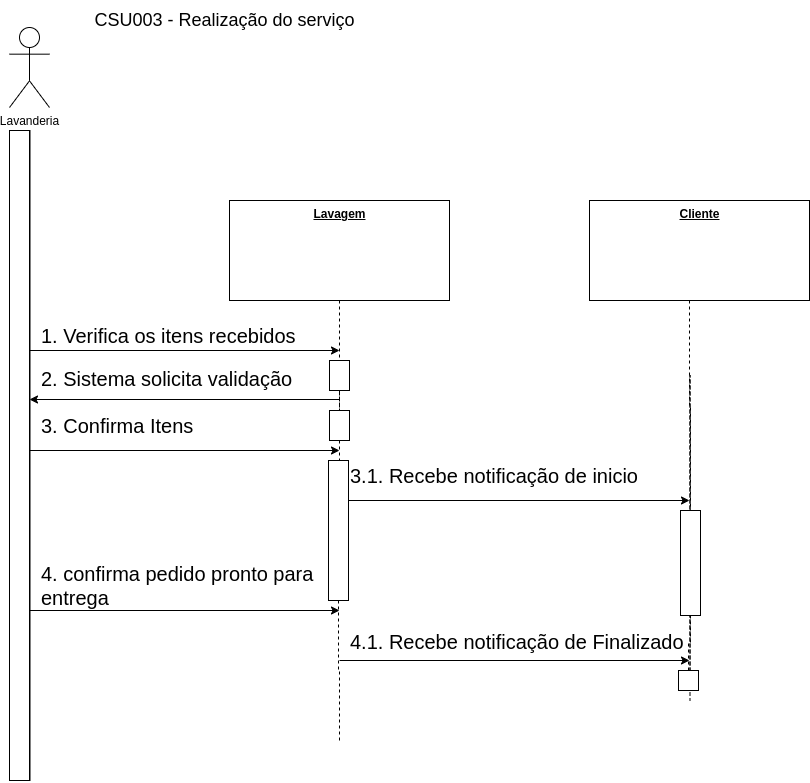
This is resources/sequence_service.png from MuriloGomesMunhoz/A-SClean, a draw.io export, as it was before one commit. Source tidied: cells renumbered, new cells last; positions are measured from the earlier drawing's top-left corner, leaving out a move shared by most shapes. Source of this version:
```xml
<mxGraphModel>
  <root>
    <mxCell id="0" />
    <mxCell id="1" parent="0" />
    <mxCell id="2" style="endArrow=none;html=1;strokeWidth=2;rounded=0;fontSize=30;" parent="1" edge="1">
      <mxGeometry relative="1" as="geometry">
        <mxPoint x="20" y="130" as="sourcePoint" />
        <mxPoint x="20" y="780" as="targetPoint" />
      </mxGeometry>
    </mxCell>
    <mxCell id="3" style="endArrow=classic;html=1;rounded=0;fontSize=30;" parent="1" edge="1">
      <mxGeometry relative="1" as="geometry">
        <mxPoint x="20" y="350" as="sourcePoint" />
        <mxPoint x="330" y="350" as="targetPoint" />
      </mxGeometry>
    </mxCell>
    <mxCell id="4" style="edgeStyle=orthogonalEdgeStyle;rounded=0;jettySize=auto;html=1;endArrow=none;endFill=0;dashed=1;startArrow=none;" parent="1" edge="1" source="28">
      <mxGeometry relative="1" as="geometry">
        <mxPoint x="330" y="740" as="targetPoint" />
      </mxGeometry>
    </mxCell>
    <mxCell id="5" value="&lt;b&gt;&lt;u&gt;Lavagem&lt;/u&gt;&lt;/b&gt;" style="html=1;verticalAlign=top;" parent="1" vertex="1">
      <mxGeometry x="220" y="200" width="220" height="100" as="geometry" />
    </mxCell>
    <mxCell id="6" value="&lt;b&gt;&lt;u&gt;Cliente&lt;/u&gt;&lt;/b&gt;" style="html=1;verticalAlign=top;" parent="1" vertex="1">
      <mxGeometry x="580" y="200" width="220" height="100" as="geometry" />
    </mxCell>
    <mxCell id="7" style="edgeStyle=orthogonalEdgeStyle;rounded=0;jettySize=auto;html=1;endArrow=none;endFill=0;dashed=1;startArrow=none;" parent="1" edge="1" source="30">
      <mxGeometry relative="1" as="geometry">
        <mxPoint x="680.5" y="700" as="targetPoint" />
        <Array as="points">
          <mxPoint x="680.5" y="375" />
          <mxPoint x="680.5" y="375" />
        </Array>
      </mxGeometry>
    </mxCell>
    <mxCell id="8" value="CSU003 - Realização do serviço" style="text;html=1;align=center;verticalAlign=middle;strokeColor=none;fillColor=none;fontSize=18;" parent="1" vertex="1">
      <mxGeometry x="75" width="280" height="40" as="geometry" />
    </mxCell>
    <mxCell id="9" value="1. Verifica os itens recebidos" style="text;html=1;strokeColor=none;fillColor=none;align=left;verticalAlign=middle;whiteSpace=wrap;rounded=0;fontSize=20;" parent="1" vertex="1">
      <mxGeometry x="30" y="320" width="290" height="30" as="geometry" />
    </mxCell>
    <mxCell id="10" value="3.1. Recebe notificação de inicio" style="text;html=1;strokeColor=none;fillColor=none;align=left;verticalAlign=middle;whiteSpace=wrap;rounded=0;fontSize=20;" parent="1" vertex="1">
      <mxGeometry x="339" y="460" width="310" height="30" as="geometry" />
    </mxCell>
    <mxCell id="11" style="endArrow=classic;html=1;rounded=0;fontSize=30;" parent="1" edge="1">
      <mxGeometry relative="1" as="geometry">
        <mxPoint x="330" y="500" as="sourcePoint" />
        <mxPoint x="680" y="500" as="targetPoint" />
      </mxGeometry>
    </mxCell>
    <mxCell id="12" style="endArrow=classic;html=1;rounded=0;fontSize=30;" parent="1" edge="1">
      <mxGeometry relative="1" as="geometry">
        <mxPoint x="330" y="399" as="sourcePoint" />
        <mxPoint x="20" y="399" as="targetPoint" />
      </mxGeometry>
    </mxCell>
    <mxCell id="13" value="2. Sistema solicita validação" style="text;html=1;strokeColor=none;fillColor=none;align=left;verticalAlign=middle;whiteSpace=wrap;rounded=0;fontSize=20;" parent="1" vertex="1">
      <mxGeometry x="30" y="363" width="290" height="30" as="geometry" />
    </mxCell>
    <mxCell id="14" style="endArrow=classic;html=1;rounded=0;fontSize=30;" parent="1" edge="1">
      <mxGeometry relative="1" as="geometry">
        <mxPoint x="20" y="450" as="sourcePoint" />
        <mxPoint x="330" y="450" as="targetPoint" />
      </mxGeometry>
    </mxCell>
    <mxCell id="15" value="3. Confirma Itens" style="text;html=1;strokeColor=none;fillColor=none;align=left;verticalAlign=middle;whiteSpace=wrap;rounded=0;fontSize=20;" parent="1" vertex="1">
      <mxGeometry x="30" y="410" width="290" height="30" as="geometry" />
    </mxCell>
    <mxCell id="16" value="4.1. Recebe notificação de Finalizado" style="text;html=1;strokeColor=none;fillColor=none;align=left;verticalAlign=middle;whiteSpace=wrap;rounded=0;fontSize=20;" parent="1" vertex="1">
      <mxGeometry x="339" y="626" width="350" height="30" as="geometry" />
    </mxCell>
    <mxCell id="17" style="endArrow=classic;html=1;rounded=0;fontSize=30;" parent="1" edge="1">
      <mxGeometry relative="1" as="geometry">
        <mxPoint x="330" y="660" as="sourcePoint" />
        <mxPoint x="680" y="660" as="targetPoint" />
      </mxGeometry>
    </mxCell>
    <mxCell id="18" style="endArrow=classic;html=1;rounded=0;fontSize=30;" parent="1" edge="1">
      <mxGeometry relative="1" as="geometry">
        <mxPoint x="20" y="610" as="sourcePoint" />
        <mxPoint x="330" y="610" as="targetPoint" />
      </mxGeometry>
    </mxCell>
    <mxCell id="19" value="4. confirma pedido pronto para entrega" style="text;html=1;strokeColor=none;fillColor=none;align=left;verticalAlign=middle;whiteSpace=wrap;rounded=0;fontSize=20;" parent="1" vertex="1">
      <mxGeometry x="30" y="570" width="290" height="30" as="geometry" />
    </mxCell>
    <mxCell id="20" value="Lavanderia" style="shape=umlActor;verticalLabelPosition=bottom;verticalAlign=top;html=1;" parent="1" vertex="1">
      <mxGeometry y="27" width="40" height="80" as="geometry" />
    </mxCell>
    <mxCell id="21" style="rounded=0;whiteSpace=wrap;html=1;" parent="1" vertex="1">
      <mxGeometry y="130" width="20" height="650" as="geometry" />
    </mxCell>
    <mxCell id="22" style="rounded=0;whiteSpace=wrap;html=1;" parent="1" vertex="1">
      <mxGeometry x="671" y="510" width="20" height="105" as="geometry" />
    </mxCell>
    <mxCell id="23" style="edgeStyle=orthogonalEdgeStyle;rounded=0;jettySize=auto;html=1;endArrow=none;endFill=0;dashed=1;" parent="1" edge="1" target="22">
      <mxGeometry relative="1" as="geometry">
        <mxPoint x="680" y="300" as="sourcePoint" />
      </mxGeometry>
    </mxCell>
    <mxCell id="24" style="rounded=0;whiteSpace=wrap;html=1;" parent="1" vertex="1">
      <mxGeometry x="320" y="360" width="20" height="30" as="geometry" />
    </mxCell>
    <mxCell id="25" style="edgeStyle=orthogonalEdgeStyle;rounded=0;jettySize=auto;html=1;endArrow=none;endFill=0;dashed=1;" parent="1" edge="1" source="5" target="24">
      <mxGeometry relative="1" as="geometry" />
    </mxCell>
    <mxCell id="26" style="rounded=0;whiteSpace=wrap;html=1;" parent="1" vertex="1">
      <mxGeometry x="320" y="410" width="20" height="30" as="geometry" />
    </mxCell>
    <mxCell id="27" style="edgeStyle=orthogonalEdgeStyle;rounded=0;jettySize=auto;html=1;endArrow=none;endFill=0;dashed=1;startArrow=none;" parent="1" edge="1" source="24" target="26">
      <mxGeometry relative="1" as="geometry" />
    </mxCell>
    <mxCell id="28" style="rounded=0;whiteSpace=wrap;html=1;" parent="1" vertex="1">
      <mxGeometry x="319" y="460" width="20" height="140" as="geometry" />
    </mxCell>
    <mxCell id="29" style="edgeStyle=orthogonalEdgeStyle;rounded=0;jettySize=auto;html=1;endArrow=none;endFill=0;dashed=1;startArrow=none;" parent="1" edge="1" source="26" target="28">
      <mxGeometry relative="1" as="geometry" />
    </mxCell>
    <mxCell id="30" style="rounded=0;whiteSpace=wrap;html=1;" parent="1" vertex="1">
      <mxGeometry x="669" y="670" width="20" height="20" as="geometry" />
    </mxCell>
    <mxCell id="31" style="edgeStyle=orthogonalEdgeStyle;rounded=0;jettySize=auto;html=1;endArrow=none;endFill=0;dashed=1;startArrow=none;" parent="1" edge="1" source="22" target="30">
      <mxGeometry relative="1" as="geometry" />
    </mxCell>
  </root>
</mxGraphModel>
```
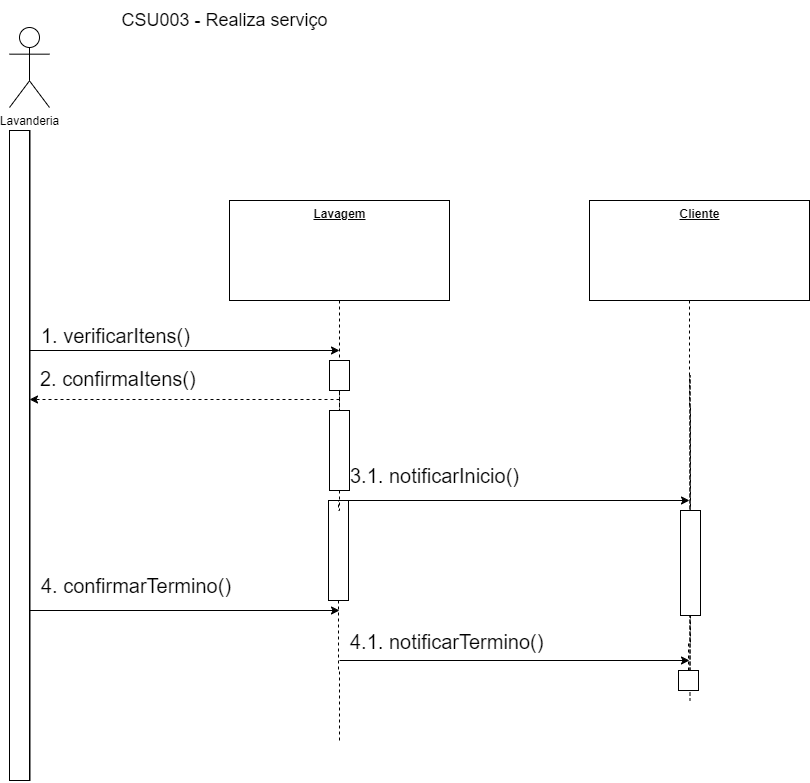
Later version of the same file.

Change to the diagram source:
```diff
@@ -34,13 +34,13 @@
         </Array>
       </mxGeometry>
     </mxCell>
-    <mxCell id="8" value="CSU003 - Realização do serviço" style="text;html=1;align=center;verticalAlign=middle;strokeColor=none;fillColor=none;fontSize=18;" parent="1" vertex="1">
-      <mxGeometry x="75" width="280" height="40" as="geometry" />
+    <mxCell id="8" value="CSU003 - Realiza serviço" style="text;html=1;align=center;verticalAlign=middle;strokeColor=none;fillColor=none;fontSize=18;" parent="1" vertex="1">
+      <mxGeometry x="100" width="230" height="40" as="geometry" />
     </mxCell>
-    <mxCell id="9" value="1. Verifica os itens recebidos" style="text;html=1;strokeColor=none;fillColor=none;align=left;verticalAlign=middle;whiteSpace=wrap;rounded=0;fontSize=20;" parent="1" vertex="1">
+    <mxCell id="9" value="1. verificarItens()" style="text;html=1;strokeColor=none;fillColor=none;align=left;verticalAlign=middle;whiteSpace=wrap;rounded=0;fontSize=20;" parent="1" vertex="1">
       <mxGeometry x="30" y="320" width="290" height="30" as="geometry" />
     </mxCell>
-    <mxCell id="10" value="3.1. Recebe notificação de inicio" style="text;html=1;strokeColor=none;fillColor=none;align=left;verticalAlign=middle;whiteSpace=wrap;rounded=0;fontSize=20;" parent="1" vertex="1">
+    <mxCell id="10" value="3.1. notificarInicio()" style="text;html=1;strokeColor=none;fillColor=none;align=left;verticalAlign=middle;whiteSpace=wrap;rounded=0;fontSize=20;" parent="1" vertex="1">
       <mxGeometry x="339" y="460" width="310" height="30" as="geometry" />
     </mxCell>
     <mxCell id="11" style="endArrow=classic;html=1;rounded=0;fontSize=30;" parent="1" edge="1">
@@ -49,25 +49,16 @@
         <mxPoint x="680" y="500" as="targetPoint" />
       </mxGeometry>
     </mxCell>
-    <mxCell id="12" style="endArrow=classic;html=1;rounded=0;fontSize=30;" parent="1" edge="1">
+    <mxCell id="12" style="endArrow=classic;html=1;rounded=0;fontSize=30;dashed=1;" parent="1" edge="1">
       <mxGeometry relative="1" as="geometry">
         <mxPoint x="330" y="399" as="sourcePoint" />
         <mxPoint x="20" y="399" as="targetPoint" />
       </mxGeometry>
     </mxCell>
-    <mxCell id="13" value="2. Sistema solicita validação" style="text;html=1;strokeColor=none;fillColor=none;align=left;verticalAlign=middle;whiteSpace=wrap;rounded=0;fontSize=20;" parent="1" vertex="1">
-      <mxGeometry x="30" y="363" width="290" height="30" as="geometry" />
+    <mxCell id="13" value="2. confirmaItens()" style="text;html=1;strokeColor=none;fillColor=none;align=left;verticalAlign=middle;whiteSpace=wrap;rounded=0;fontSize=20;" parent="1" vertex="1">
+      <mxGeometry x="29" y="363" width="290" height="30" as="geometry" />
     </mxCell>
-    <mxCell id="14" style="endArrow=classic;html=1;rounded=0;fontSize=30;" parent="1" edge="1">
-      <mxGeometry relative="1" as="geometry">
-        <mxPoint x="20" y="450" as="sourcePoint" />
-        <mxPoint x="330" y="450" as="targetPoint" />
-      </mxGeometry>
-    </mxCell>
-    <mxCell id="15" value="3. Confirma Itens" style="text;html=1;strokeColor=none;fillColor=none;align=left;verticalAlign=middle;whiteSpace=wrap;rounded=0;fontSize=20;" parent="1" vertex="1">
-      <mxGeometry x="30" y="410" width="290" height="30" as="geometry" />
-    </mxCell>
-    <mxCell id="16" value="4.1. Recebe notificação de Finalizado" style="text;html=1;strokeColor=none;fillColor=none;align=left;verticalAlign=middle;whiteSpace=wrap;rounded=0;fontSize=20;" parent="1" vertex="1">
+    <mxCell id="16" value="4.1. notificarTermino()" style="text;html=1;strokeColor=none;fillColor=none;align=left;verticalAlign=middle;whiteSpace=wrap;rounded=0;fontSize=20;" parent="1" vertex="1">
       <mxGeometry x="339" y="626" width="350" height="30" as="geometry" />
     </mxCell>
     <mxCell id="17" style="endArrow=classic;html=1;rounded=0;fontSize=30;" parent="1" edge="1">
@@ -82,7 +73,7 @@
         <mxPoint x="330" y="610" as="targetPoint" />
       </mxGeometry>
     </mxCell>
-    <mxCell id="19" value="4. confirma pedido pronto para entrega" style="text;html=1;strokeColor=none;fillColor=none;align=left;verticalAlign=middle;whiteSpace=wrap;rounded=0;fontSize=20;" parent="1" vertex="1">
+    <mxCell id="19" value="4. confirmarTermino()" style="text;html=1;strokeColor=none;fillColor=none;align=left;verticalAlign=middle;whiteSpace=wrap;rounded=0;fontSize=20;" parent="1" vertex="1">
       <mxGeometry x="30" y="570" width="290" height="30" as="geometry" />
     </mxCell>
     <mxCell id="20" value="Lavanderia" style="shape=umlActor;verticalLabelPosition=bottom;verticalAlign=top;html=1;" parent="1" vertex="1">
@@ -106,13 +97,13 @@
       <mxGeometry relative="1" as="geometry" />
     </mxCell>
     <mxCell id="26" style="rounded=0;whiteSpace=wrap;html=1;" parent="1" vertex="1">
-      <mxGeometry x="320" y="410" width="20" height="30" as="geometry" />
+      <mxGeometry x="320" y="410" width="20" height="80" as="geometry" />
     </mxCell>
     <mxCell id="27" style="edgeStyle=orthogonalEdgeStyle;rounded=0;jettySize=auto;html=1;endArrow=none;endFill=0;dashed=1;startArrow=none;" parent="1" edge="1" source="24" target="26">
       <mxGeometry relative="1" as="geometry" />
     </mxCell>
     <mxCell id="28" style="rounded=0;whiteSpace=wrap;html=1;" parent="1" vertex="1">
-      <mxGeometry x="319" y="460" width="20" height="140" as="geometry" />
+      <mxGeometry x="319" y="500" width="20" height="100" as="geometry" />
     </mxCell>
     <mxCell id="29" style="edgeStyle=orthogonalEdgeStyle;rounded=0;jettySize=auto;html=1;endArrow=none;endFill=0;dashed=1;startArrow=none;" parent="1" edge="1" source="26" target="28">
       <mxGeometry relative="1" as="geometry" />
```
